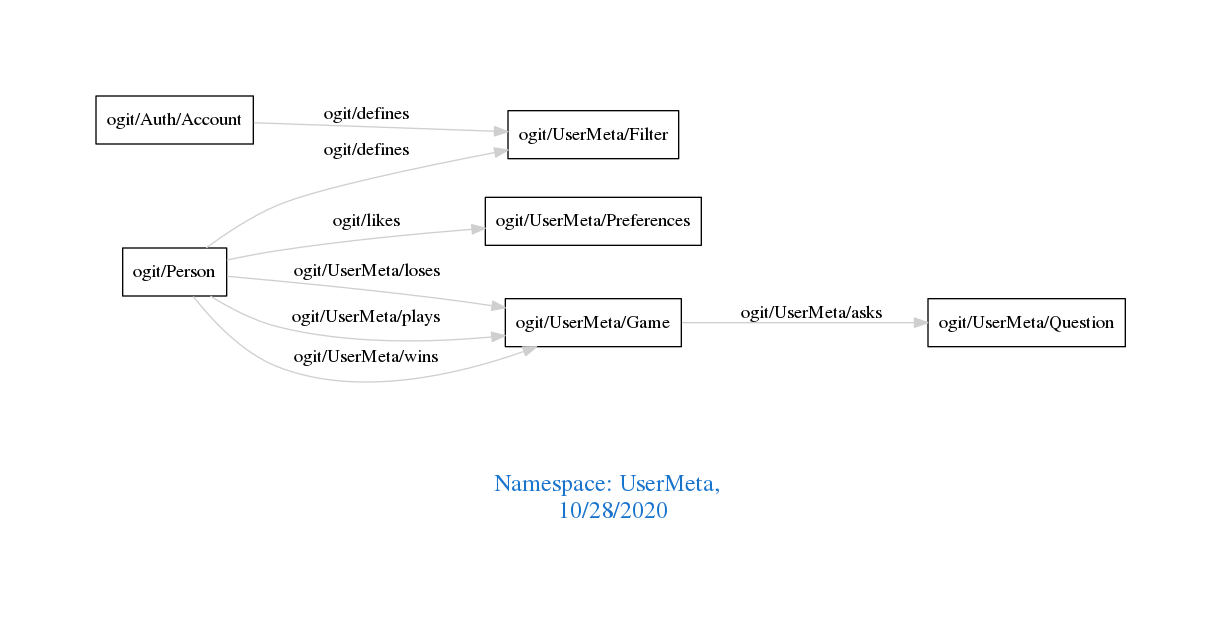
arago/OGIT keeps this Graphviz diagram as downloads/UserMeta.png. Above is the earlier version. Its source is kept beside it as downloads/UserMeta.dot.
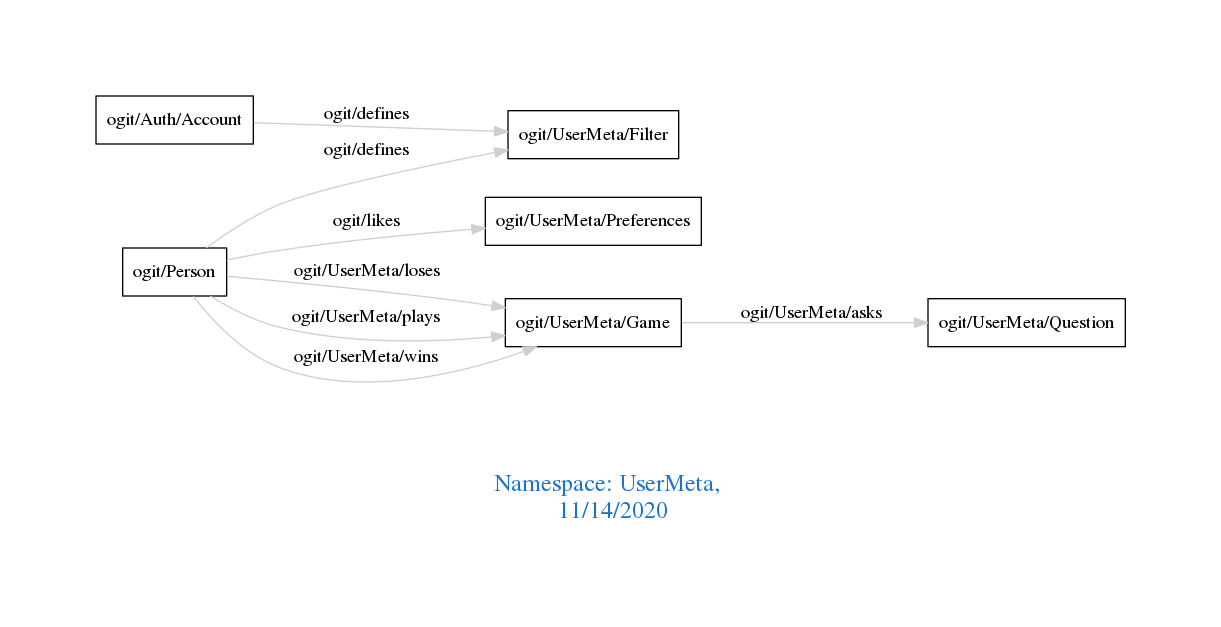
The same diagram one commit later.

The edit, as a diff of the source:
```diff
@@ -1,7 +1,7 @@
 digraph OGIT_ontology {
  graph [ rankdir= LR,pad=1
 fontsize = 18,
-fontcolor= dodgerblue3,label = "\n\n\nNamespace: UserMeta, \n 10/28/2020"];
+fontcolor= dodgerblue3,label = "\n\n\nNamespace: UserMeta, \n 11/14/2020"];
 node[shape=polygon];
 edge [  color="gray81"];
 
```
